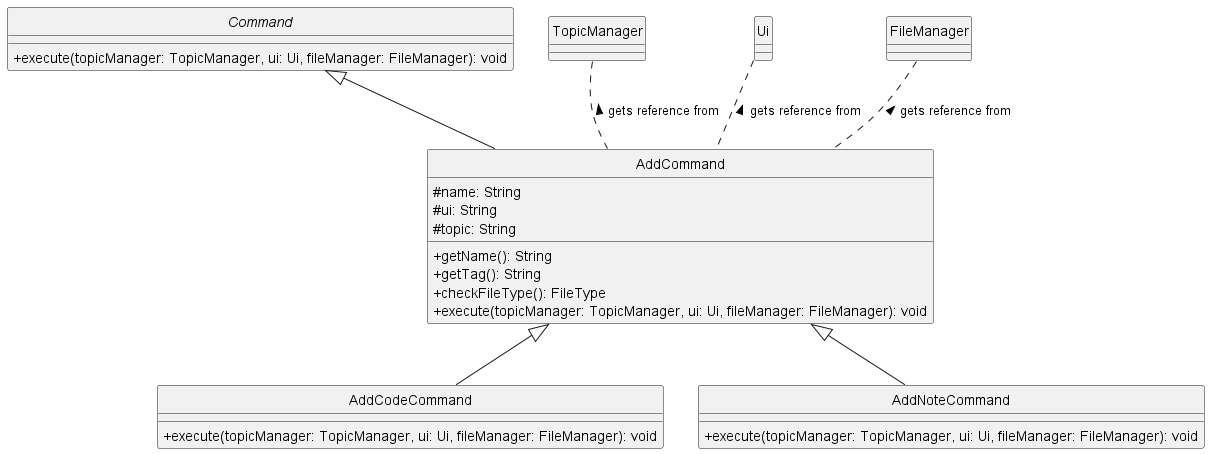
Before: docs/UML/diagrams/Add.png, a diagram exported from PlantUML (ong-ck/tp).
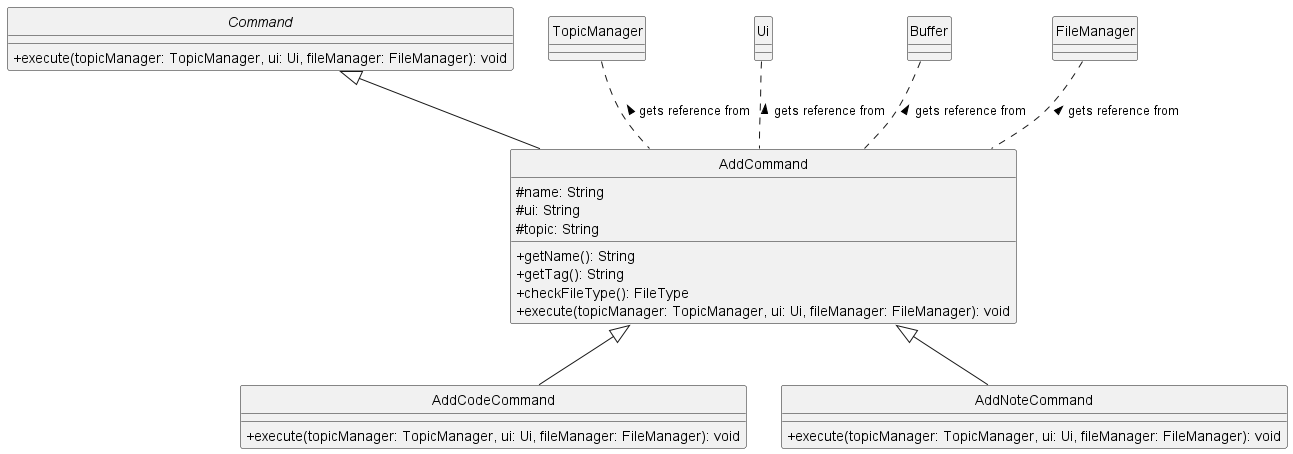
After the change.

Commit message:
Update all class diagram to include dependency on Buffer

Diff of the diagram source:
```diff
@@ -30,6 +30,9 @@
 class Ui {
 }
 
+class Buffer {
+}
+
 class FileManager {
 }
 
@@ -40,5 +43,6 @@
 TopicManager .. AddCommand: gets reference from <
 Ui .. AddCommand: gets reference from <
 FileManager .. AddCommand: gets reference from <
+Buffer .. AddCommand: gets reference from <
 
 @enduml
```
